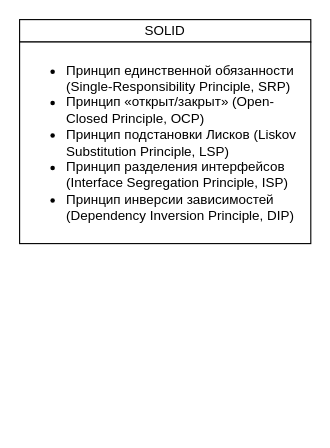
This is crib.drawio from AndreyN1991/angular-tour-of-heroes, a draw.io file, before an edit. Source tidied: cells renumbered, new cells numbered last; positions are measured from the earlier drawing's top-left corner, leaving out a move shared by most shapes. Both pictures are drawn from the tidied source at 112%, with x=0, y=0 at pixel (19, 19).
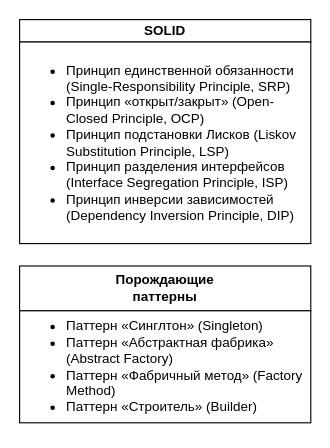
After the change.

The edit, as a diff of the source:
```diff
@@
 <mxGraphModel>
   <root>
     <mxCell id="0" />
     <mxCell id="1" parent="0" />
-    <mxCell id="2" value="SOLID" style="rounded=0;whiteSpace=wrap;html=1;" parent="1" vertex="1">
+    <mxCell id="2" value="SOLID" style="rounded=0;whiteSpace=wrap;html=1;fontStyle=1;" parent="1" vertex="1">
       <mxGeometry width="260" height="20" as="geometry" />
     </mxCell>
     <mxCell id="3" value="&lt;ul&gt;&lt;li&gt;Принцип единственной обязанности (Single-Responsibility Principle, SRP)&lt;br&gt;&lt;/li&gt;&lt;li&gt;Принцип «открыт/закрыт» (Open-Closed Principle, OCP)&lt;br&gt;&lt;/li&gt;&lt;li&gt;Принцип подстановки Лисков (Liskov Substitution Principle, LSP)&lt;br&gt;&lt;/li&gt;&lt;li&gt;Принцип разделения интерфейсов (Interface Segregation Principle, ISP)&lt;br&gt;&lt;/li&gt;&lt;li&gt;Принцип инверсии зависимостей (Dependency Inversion Principle, DIP)&lt;br&gt;&lt;/li&gt;&lt;/ul&gt;" style="rounded=0;whiteSpace=wrap;html=1;align=left;" parent="1" vertex="1">
       <mxGeometry y="20" width="260" height="180" as="geometry" />
     </mxCell>
+    <mxCell id="4" value="Порождающие &lt;br&gt;паттерны&lt;br&gt;&lt;div&gt;&lt;/div&gt;" style="rounded=0;html=1;align=center;whiteSpace=wrap;fontStyle=1;" parent="1" vertex="1">
+      <mxGeometry y="220" width="260" height="40" as="geometry" />
+    </mxCell>
+    <mxCell id="5" value="&lt;ul&gt;&lt;li&gt;Паттерн «Синглтон» (Singleton)&lt;br&gt;&lt;/li&gt;&lt;li&gt;Паттерн «Абстрактная фабрика» &lt;br&gt;(Abstract Factory)&lt;br&gt;&lt;/li&gt;&lt;li&gt;Паттерн «Фабричный метод» (Factory Method)&lt;br&gt;&lt;/li&gt;&lt;li&gt;Паттерн «Строитель» (Builder)&lt;br&gt;&lt;/li&gt;&lt;/ul&gt;" style="rounded=0;whiteSpace=wrap;html=1;align=left;" parent="1" vertex="1">
+      <mxGeometry y="260" width="260" height="100" as="geometry" />
+    </mxCell>
   </root>
 </mxGraphModel>
```
